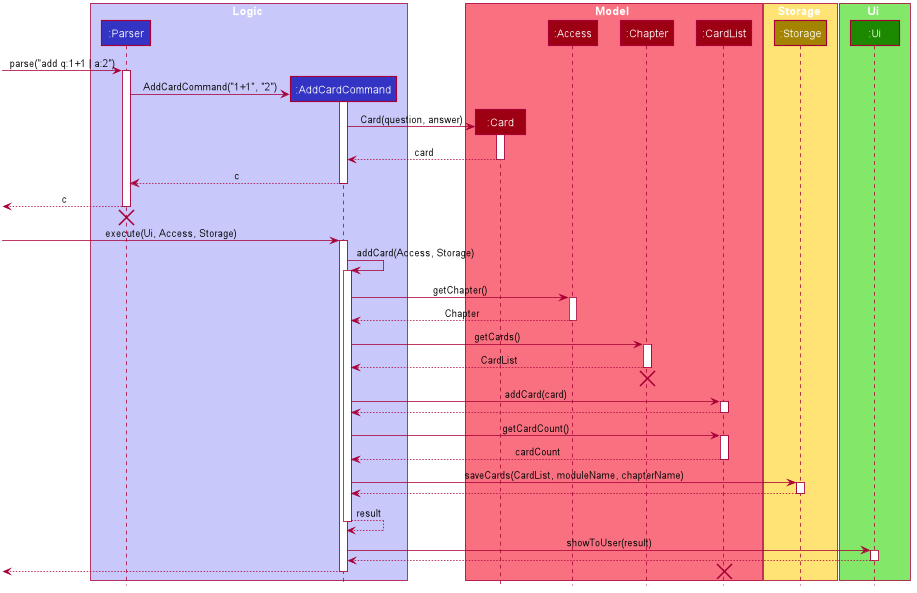
nus-cs2113-AY2021S1/tp keeps this PlantUML diagram as docs/DG_Images/AddCardSequenceDiagram.png. Above is the earlier version. Source of this version:
```plantuml
@startuml








skinparam BackgroundColor #FFFFFFF

skinparam Shadowing false

skinparam Class {
    FontColor #FFFFFF
    BorderThickness 1
    BorderColor #FFFFFF
    StereotypeFontColor #FFFFFF
    FontName Arial
}

skinparam Actor {
    BorderColor #000000
    Color #000000
    FontName Arial
}

skinparam Sequence {
    MessageAlign center
    BoxFontSize 15
    BoxPadding 0
    BoxFontColor #FFFFFF
    FontName Arial
}

skinparam Participant {
    FontColor #FFFFFFF
    Padding 20
}

skinparam MinClassWidth 50
skinparam ParticipantPadding 10
skinparam Shadowing false
skinparam DefaultTextAlignment center
skinparam packageStyle Rectangle

hide footbox
hide members
hide circle

box Logic #C8C8FA
participant ":Parser" as Parser #3333C4
participant ":AddCardCommand" as AddCardCommand #3333C4
end box

box Model #F97181
participant ":Card" as Card #9D0012
participant ":Access" as Access #9D0012
participant ":Chapter" as Chapter #9D0012
participant ":CardList" as CardList #9D0012
end box

box Storage #FFE374
participant ":Storage" as Storage #A38300
end box

box Ui #83E769
participant ":Ui" as Ui #1D8900
end box

[-> Parser : parse("add q:1+1 | a:2")
activate Parser

create AddCardCommand
Parser -> AddCardCommand : AddCardCommand("1+1", "2")
activate AddCardCommand

create Card
AddCardCommand -> Card : Card(question, answer)
activate Card

Card --> AddCardCommand : card
deactivate Card

AddCardCommand --> Parser : c
deactivate AddCardCommand

[<-- Parser : c
deactivate Parser
[<-[hidden]- Parser
destroy Parser

[-> AddCardCommand : execute(Ui, Access, Storage)
activate AddCardCommand

AddCardCommand -> AddCardCommand : addCard(Access, Storage)
activate AddCardCommand

AddCardCommand -> Access : getChapter()
activate Access

Access --> AddCardCommand : Chapter
deactivate Access

AddCardCommand -> Chapter : getCards()
activate Chapter

Chapter --> AddCardCommand : CardList
deactivate Chapter
[<-[hidden]- AddCardCommand
destroy Chapter

AddCardCommand -> CardList : addCard(card)
activate CardList

CardList --> AddCardCommand
deactivate CardList

AddCardCommand -> CardList : getCardCount()
activate CardList

CardList --> AddCardCommand : cardCount
deactivate CardList

AddCardCommand -> Storage : saveCards(CardList, moduleName, chapterName)
activate Storage

Storage --> AddCardCommand
deactivate Storage

AddCardCommand --> AddCardCommand : result
deactivate AddCardCommand

AddCardCommand -> Ui : showToUser(result)
activate Ui

Ui --> AddCardCommand
deactivate Ui

[<-- AddCardCommand
deactivate AddCardCommand

destroy CardList
@enduml
```
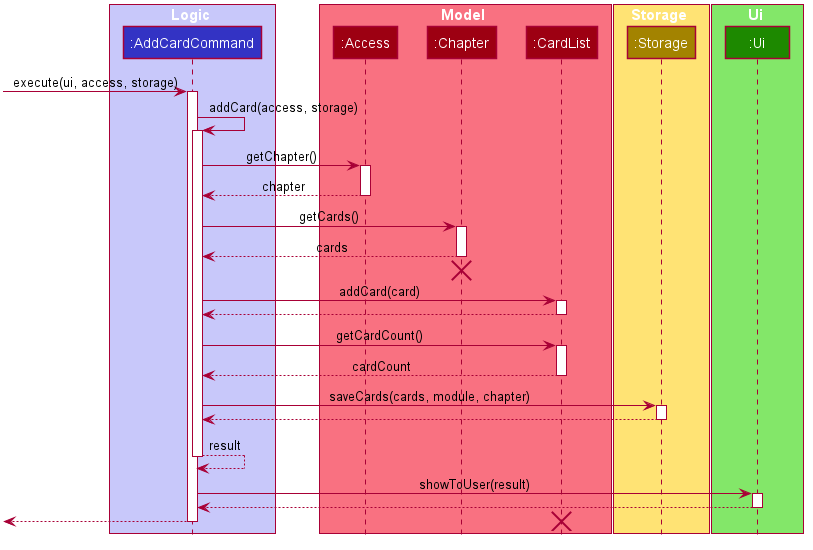
After the commit.

Commit message:
Updated sequence diagrams

The edit, as a diff of the source:
```diff
@@ -49,12 +49,10 @@
 hide circle
 
 box Logic #C8C8FA
-participant ":Parser" as Parser #3333C4
 participant ":AddCardCommand" as AddCardCommand #3333C4
 end box
 
 box Model #F97181
-participant ":Card" as Card #9D0012
 participant ":Access" as Access #9D0012
 participant ":Chapter" as Chapter #9D0012
 participant ":CardList" as CardList #9D0012
@@ -68,44 +66,22 @@
 participant ":Ui" as Ui #1D8900
 end box
 
-[-> Parser : parse("add q:1+1 | a:2")
-activate Parser
-
-create AddCardCommand
-Parser -> AddCardCommand : AddCardCommand("1+1", "2")
+[-> AddCardCommand : execute(ui, access, storage)
 activate AddCardCommand
 
-create Card
-AddCardCommand -> Card : Card(question, answer)
-activate Card
-
-Card --> AddCardCommand : card
-deactivate Card
-
-AddCardCommand --> Parser : c
-deactivate AddCardCommand
-
-[<-- Parser : c
-deactivate Parser
-[<-[hidden]- Parser
-destroy Parser
-
-[-> AddCardCommand : execute(Ui, Access, Storage)
-activate AddCardCommand
-
-AddCardCommand -> AddCardCommand : addCard(Access, Storage)
+AddCardCommand -> AddCardCommand : addCard(access, storage)
 activate AddCardCommand
 
 AddCardCommand -> Access : getChapter()
 activate Access
 
-Access --> AddCardCommand : Chapter
+Access --> AddCardCommand : chapter
 deactivate Access
 
 AddCardCommand -> Chapter : getCards()
 activate Chapter
 
-Chapter --> AddCardCommand : CardList
+Chapter --> AddCardCommand : cards
 deactivate Chapter
 [<-[hidden]- AddCardCommand
 destroy Chapter
@@ -122,7 +98,7 @@
 CardList --> AddCardCommand : cardCount
 deactivate CardList
 
-AddCardCommand -> Storage : saveCards(CardList, moduleName, chapterName)
+AddCardCommand -> Storage : saveCards(cards, module, chapter)
 activate Storage
 
 Storage --> AddCardCommand
```
